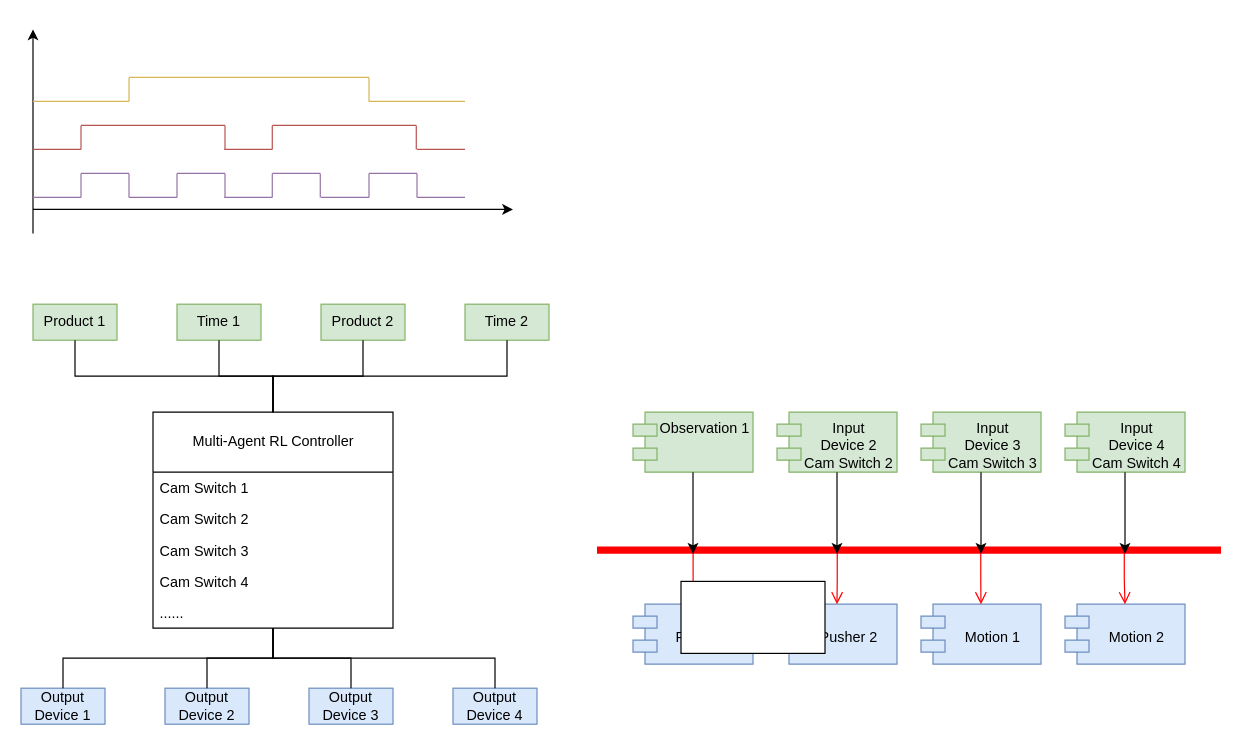
Earlier version of the draw.io diagram Distributed Cam Switch.drawio (RiemannLee19/UMLs). Source tidied: cells renumbered, new cells numbered last; positions are measured from the earlier drawing's top-left corner, leaving out a move shared by most shapes. Both pictures are drawn from the tidied source at 120%, with x=0, y=0 at pixel (20, 29).
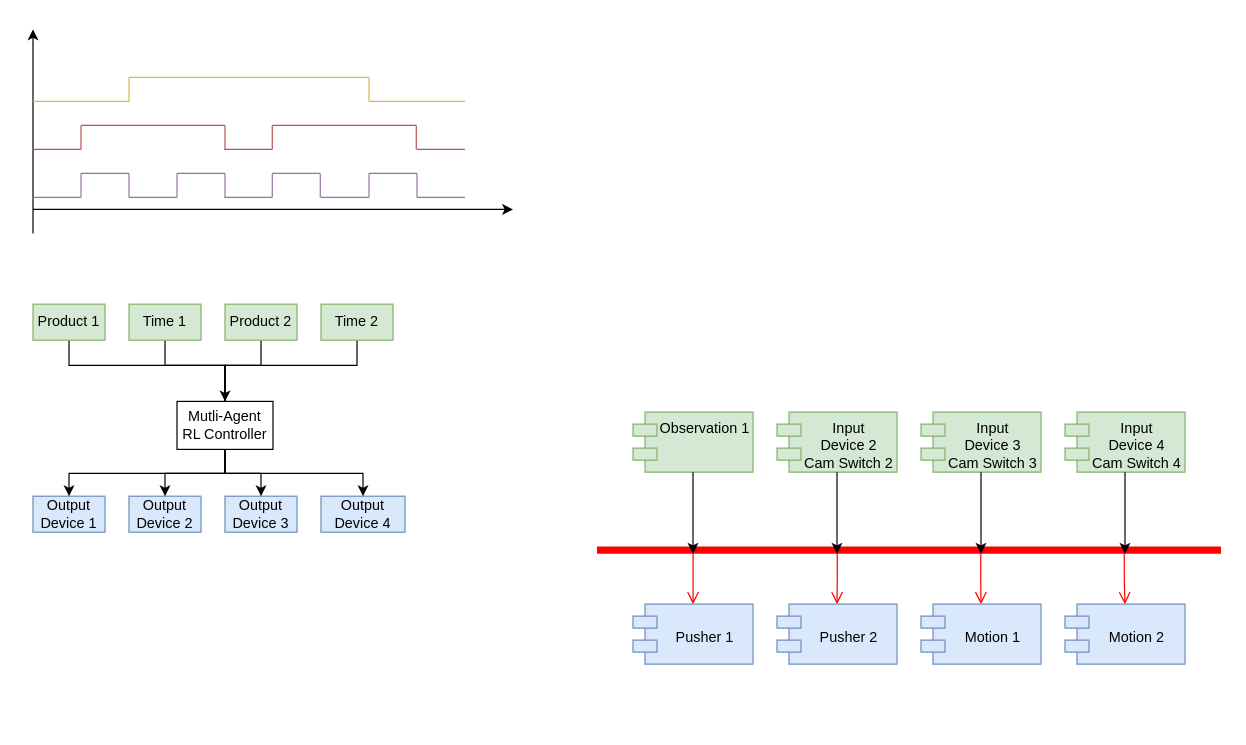
The same page after the edit.

Diff of the diagram source:
```diff
@@
-    <mxCell id="2" value="Multi-Agent RL Controller" style="swimlane;fontStyle=0;horizontal=1;startSize=50;fillColor=none;html=1;" parent="1" vertex="1">
-      <mxGeometry x="110" y="319" width="200" height="180" as="geometry" />
-    </mxCell>
-    <mxCell id="3" value="Cam Switch 1" style="text;strokeColor=none;fillColor=none;align=left;verticalAlign=top;spacingLeft=4;spacingRight=4;overflow=hidden;whiteSpace=wrap;html=1;" parent="2" vertex="1">
-      <mxGeometry y="50" width="200" height="26" as="geometry" />
-    </mxCell>
-    <mxCell id="4" value="Cam Switch&amp;nbsp;2" style="text;strokeColor=none;fillColor=none;align=left;verticalAlign=top;spacingLeft=4;spacingRight=4;overflow=hidden;whiteSpace=wrap;html=1;" parent="2" vertex="1">
-      <mxGeometry y="76" width="200" height="26" as="geometry" />
-    </mxCell>
-    <mxCell id="5" value="Cam Switch&amp;nbsp;3" style="text;strokeColor=none;fillColor=none;align=left;verticalAlign=top;spacingLeft=4;spacingRight=4;overflow=hidden;whiteSpace=wrap;html=1;" parent="2" vertex="1">
-      <mxGeometry y="102" width="200" height="26" as="geometry" />
-    </mxCell>
-    <mxCell id="6" value="Cam Switch&amp;nbsp;4" style="text;strokeColor=none;fillColor=none;align=left;verticalAlign=top;spacingLeft=4;spacingRight=4;overflow=hidden;whiteSpace=wrap;html=1;" parent="2" vertex="1">
-      <mxGeometry y="128" width="200" height="26" as="geometry" />
-    </mxCell>
-    <mxCell id="7" value="......" style="text;strokeColor=none;fillColor=none;align=left;verticalAlign=top;spacingLeft=4;spacingRight=4;overflow=hidden;whiteSpace=wrap;html=1;" parent="2" vertex="1">
-      <mxGeometry y="154" width="200" height="26" as="geometry" />
-    </mxCell>
     <mxCell id="8" value="Output&lt;br&gt;Device 1" style="whiteSpace=wrap;html=1;align=center;verticalAlign=middle;newEdgeStyle={&quot;edgeStyle&quot;:&quot;elbowEdgeStyle&quot;,&quot;startArrow&quot;:&quot;none&quot;,&quot;endArrow&quot;:&quot;none&quot;};fillColor=#dae8fc;strokeColor=#6c8ebf;" parent="1" vertex="1">
-      <mxGeometry y="549" width="70" height="30" as="geometry" />
+      <mxGeometry x="10" y="389" width="60" height="30" as="geometry" />
     </mxCell>
-    <mxCell id="9" style="edgeStyle=elbowEdgeStyle;elbow=vertical;sourcePerimeterSpacing=0;targetPerimeterSpacing=0;startArrow=none;endArrow=none;rounded=0;curved=0;" parent="1" edge="1" source="2" target="8">
-      <mxGeometry relative="1" as="geometry" />
-    </mxCell>
     <mxCell id="10" value="Output&lt;br&gt;Device 2" style="whiteSpace=wrap;html=1;align=center;verticalAlign=middle;newEdgeStyle={&quot;edgeStyle&quot;:&quot;elbowEdgeStyle&quot;,&quot;startArrow&quot;:&quot;none&quot;,&quot;endArrow&quot;:&quot;none&quot;};fillColor=#dae8fc;strokeColor=#6c8ebf;" parent="1" vertex="1">
-      <mxGeometry x="120" y="549" width="70" height="30" as="geometry" />
+      <mxGeometry x="90" y="389" width="60" height="30" as="geometry" />
     </mxCell>
-    <mxCell id="11" style="edgeStyle=elbowEdgeStyle;elbow=vertical;sourcePerimeterSpacing=0;targetPerimeterSpacing=0;startArrow=none;endArrow=none;rounded=0;curved=0;" parent="1" edge="1" source="2" target="10">
-      <mxGeometry relative="1" as="geometry" />
-    </mxCell>
     <mxCell id="12" value="Output&lt;br&gt;Device 3" style="whiteSpace=wrap;html=1;align=center;verticalAlign=middle;newEdgeStyle={&quot;edgeStyle&quot;:&quot;elbowEdgeStyle&quot;,&quot;startArrow&quot;:&quot;none&quot;,&quot;endArrow&quot;:&quot;none&quot;};fillColor=#dae8fc;strokeColor=#6c8ebf;" parent="1" vertex="1">
-      <mxGeometry x="240" y="549" width="70" height="30" as="geometry" />
+      <mxGeometry x="170" y="389" width="60" height="30" as="geometry" />
     </mxCell>
-    <mxCell id="13" style="edgeStyle=elbowEdgeStyle;elbow=vertical;sourcePerimeterSpacing=0;targetPerimeterSpacing=0;startArrow=none;endArrow=none;rounded=0;curved=0;" parent="1" edge="1" source="2" target="12">
-      <mxGeometry relative="1" as="geometry" />
-    </mxCell>
     <mxCell id="14" value="Output&lt;br&gt;Device 4" style="whiteSpace=wrap;html=1;align=center;verticalAlign=middle;newEdgeStyle={&quot;edgeStyle&quot;:&quot;elbowEdgeStyle&quot;,&quot;startArrow&quot;:&quot;none&quot;,&quot;endArrow&quot;:&quot;none&quot;};fillColor=#dae8fc;strokeColor=#6c8ebf;" parent="1" vertex="1">
-      <mxGeometry x="360" y="549" width="70" height="30" as="geometry" />
+      <mxGeometry x="250" y="389" width="70" height="30" as="geometry" />
     </mxCell>
-    <mxCell id="15" style="edgeStyle=elbowEdgeStyle;elbow=vertical;sourcePerimeterSpacing=0;targetPerimeterSpacing=0;startArrow=none;endArrow=none;rounded=0;curved=0;" parent="1" edge="1" source="2" target="14">
-      <mxGeometry relative="1" as="geometry" />
-    </mxCell>
@@
+    <mxCell id="75" style="edgeStyle=orthogonalEdgeStyle;rounded=0;jettySize=auto;html=1;startArrow=none;endArrow=classic;entryX=0.5;entryY=0;entryDx=0;entryDy=0;endFill=1;exitX=0.5;exitY=1;exitDx=0;exitDy=0;" parent="1" edge="1" source="22" target="74">
+      <mxGeometry relative="1" as="geometry">
+        <Array as="points">
+          <mxPoint x="40" y="280" />
+          <mxPoint x="170" y="280" />
+        </Array>
+      </mxGeometry>
+    </mxCell>
     <mxCell id="22" value="Product 1" style="whiteSpace=wrap;html=1;align=center;verticalAlign=middle;newEdgeStyle={&quot;edgeStyle&quot;:&quot;elbowEdgeStyle&quot;,&quot;startArrow&quot;:&quot;none&quot;,&quot;endArrow&quot;:&quot;none&quot;};fillColor=#d5e8d4;strokeColor=#82b366;" parent="1" vertex="1">
-      <mxGeometry x="10" y="229" width="70" height="30" as="geometry" />
+      <mxGeometry x="10" y="229" width="60" height="30" as="geometry" />
     </mxCell>
-    <mxCell id="23" style="edgeStyle=elbowEdgeStyle;elbow=vertical;sourcePerimeterSpacing=0;targetPerimeterSpacing=0;startArrow=none;endArrow=none;rounded=0;curved=0;" parent="1" edge="1" source="2" target="22">
-      <mxGeometry relative="1" as="geometry" />
-    </mxCell>
+    <mxCell id="76" style="edgeStyle=orthogonalEdgeStyle;rounded=0;jettySize=auto;html=1;startArrow=none;endArrow=none;exitX=0.5;exitY=1;exitDx=0;exitDy=0;entryX=0.5;entryY=0;entryDx=0;entryDy=0;" parent="1" edge="1" source="24" target="74">
+      <mxGeometry relative="1" as="geometry">
+        <Array as="points">
+          <mxPoint x="120" y="280" />
+          <mxPoint x="170" y="280" />
+        </Array>
+      </mxGeometry>
+    </mxCell>
     <mxCell id="24" value="Time 1" style="whiteSpace=wrap;html=1;align=center;verticalAlign=middle;newEdgeStyle={&quot;edgeStyle&quot;:&quot;elbowEdgeStyle&quot;,&quot;startArrow&quot;:&quot;none&quot;,&quot;endArrow&quot;:&quot;none&quot;};fillColor=#d5e8d4;strokeColor=#82b366;" parent="1" vertex="1">
-      <mxGeometry x="130" y="229" width="70" height="30" as="geometry" />
+      <mxGeometry x="90" y="229" width="60" height="30" as="geometry" />
     </mxCell>
-    <mxCell id="25" style="edgeStyle=elbowEdgeStyle;elbow=vertical;sourcePerimeterSpacing=0;targetPerimeterSpacing=0;startArrow=none;endArrow=none;rounded=0;curved=0;" parent="1" edge="1" source="2" target="24">
-      <mxGeometry relative="1" as="geometry" />
-    </mxCell>
+    <mxCell id="77" style="edgeStyle=orthogonalEdgeStyle;rounded=0;jettySize=auto;html=1;startArrow=none;endArrow=none;entryX=0.5;entryY=0;entryDx=0;entryDy=0;" parent="1" edge="1" source="26" target="74">
+      <mxGeometry relative="1" as="geometry">
+        <Array as="points">
+          <mxPoint x="200" y="280" />
+          <mxPoint x="170" y="280" />
+        </Array>
+      </mxGeometry>
+    </mxCell>
     <mxCell id="26" value="Product 2" style="whiteSpace=wrap;html=1;align=center;verticalAlign=middle;newEdgeStyle={&quot;edgeStyle&quot;:&quot;elbowEdgeStyle&quot;,&quot;startArrow&quot;:&quot;none&quot;,&quot;endArrow&quot;:&quot;none&quot;};fillColor=#d5e8d4;strokeColor=#82b366;" parent="1" vertex="1">
-      <mxGeometry x="250" y="229" width="70" height="30" as="geometry" />
+      <mxGeometry x="170" y="229" width="60" height="30" as="geometry" />
     </mxCell>
-    <mxCell id="27" style="edgeStyle=elbowEdgeStyle;elbow=vertical;sourcePerimeterSpacing=0;targetPerimeterSpacing=0;startArrow=none;endArrow=none;rounded=0;curved=0;" parent="1" edge="1" source="2" target="26">
-      <mxGeometry relative="1" as="geometry" />
-    </mxCell>
+    <mxCell id="78" style="edgeStyle=orthogonalEdgeStyle;rounded=0;jettySize=auto;html=1;startArrow=none;endArrow=none;exitX=0.5;exitY=1;exitDx=0;exitDy=0;entryX=0.5;entryY=0;entryDx=0;entryDy=0;" parent="1" edge="1" source="28" target="74">
+      <mxGeometry relative="1" as="geometry">
+        <Array as="points">
+          <mxPoint x="280" y="280" />
+          <mxPoint x="170" y="280" />
+        </Array>
+      </mxGeometry>
+    </mxCell>
     <mxCell id="28" value="Time 2" style="whiteSpace=wrap;html=1;align=center;verticalAlign=middle;newEdgeStyle={&quot;edgeStyle&quot;:&quot;elbowEdgeStyle&quot;,&quot;startArrow&quot;:&quot;none&quot;,&quot;endArrow&quot;:&quot;none&quot;};fillColor=#d5e8d4;strokeColor=#82b366;" parent="1" vertex="1">
-      <mxGeometry x="370" y="229" width="70" height="30" as="geometry" />
+      <mxGeometry x="250" y="229" width="60" height="30" as="geometry" />
     </mxCell>
-    <mxCell id="29" style="edgeStyle=elbowEdgeStyle;elbow=vertical;sourcePerimeterSpacing=0;targetPerimeterSpacing=0;startArrow=none;endArrow=none;rounded=0;curved=0;" parent="1" edge="1" source="2" target="28">
-      <mxGeometry relative="1" as="geometry" />
-    </mxCell>
@@
+    <mxCell id="79" style="edgeStyle=orthogonalEdgeStyle;rounded=0;jettySize=auto;html=1;exitX=0.5;exitY=1;exitDx=0;exitDy=0;entryX=0.5;entryY=0;entryDx=0;entryDy=0;" parent="1" edge="1" source="74" target="8">
+      <mxGeometry relative="1" as="geometry">
+        <Array as="points">
+          <mxPoint x="170" y="370" />
+          <mxPoint x="40" y="370" />
+        </Array>
+      </mxGeometry>
+    </mxCell>
+    <mxCell id="80" style="edgeStyle=orthogonalEdgeStyle;rounded=0;jettySize=auto;html=1;exitX=0.5;exitY=1;exitDx=0;exitDy=0;entryX=0.5;entryY=0;entryDx=0;entryDy=0;" parent="1" edge="1" source="74" target="10">
+      <mxGeometry relative="1" as="geometry" />
+    </mxCell>
+    <mxCell id="81" style="edgeStyle=orthogonalEdgeStyle;rounded=0;jettySize=auto;html=1;entryX=0.5;entryY=0;entryDx=0;entryDy=0;" parent="1" edge="1" source="74" target="12">
+      <mxGeometry relative="1" as="geometry" />
+    </mxCell>
+    <mxCell id="82" style="edgeStyle=orthogonalEdgeStyle;rounded=0;jettySize=auto;html=1;entryX=0.5;entryY=0;entryDx=0;entryDy=0;" parent="1" edge="1" source="74" target="14">
+      <mxGeometry relative="1" as="geometry">
+        <Array as="points">
+          <mxPoint x="170" y="370" />
+          <mxPoint x="285" y="370" />
+        </Array>
+      </mxGeometry>
+    </mxCell>
-    <mxCell id="74" style="rounded=0;whiteSpace=wrap;html=1;" parent="1" vertex="1">
-      <mxGeometry x="550" y="460" width="120" height="60" as="geometry" />
+    <mxCell id="74" value="Mutli-Agent RL Controller" style="rounded=0;whiteSpace=wrap;html=1;" parent="1" vertex="1">
+      <mxGeometry x="130" y="310" width="80" height="40" as="geometry" />
     </mxCell>
```
